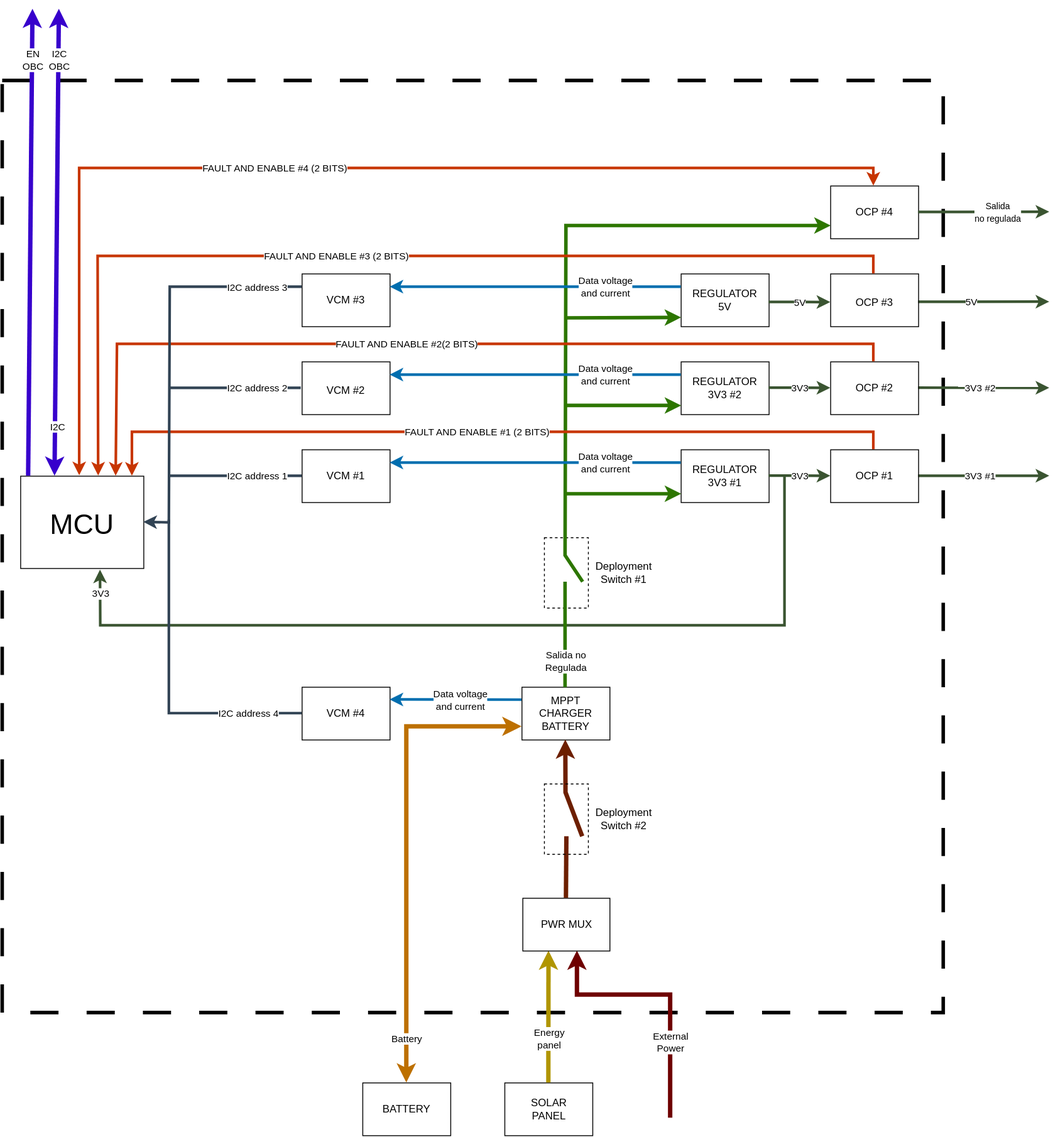
Earlier version of the draw.io export diagrama.svg (TobiasDecoud/Electrical-Power-System). Source tidied: cells renumbered, new cells last; positions are measured from the earlier drawing's top-left corner, leaving out a move shared by most shapes.
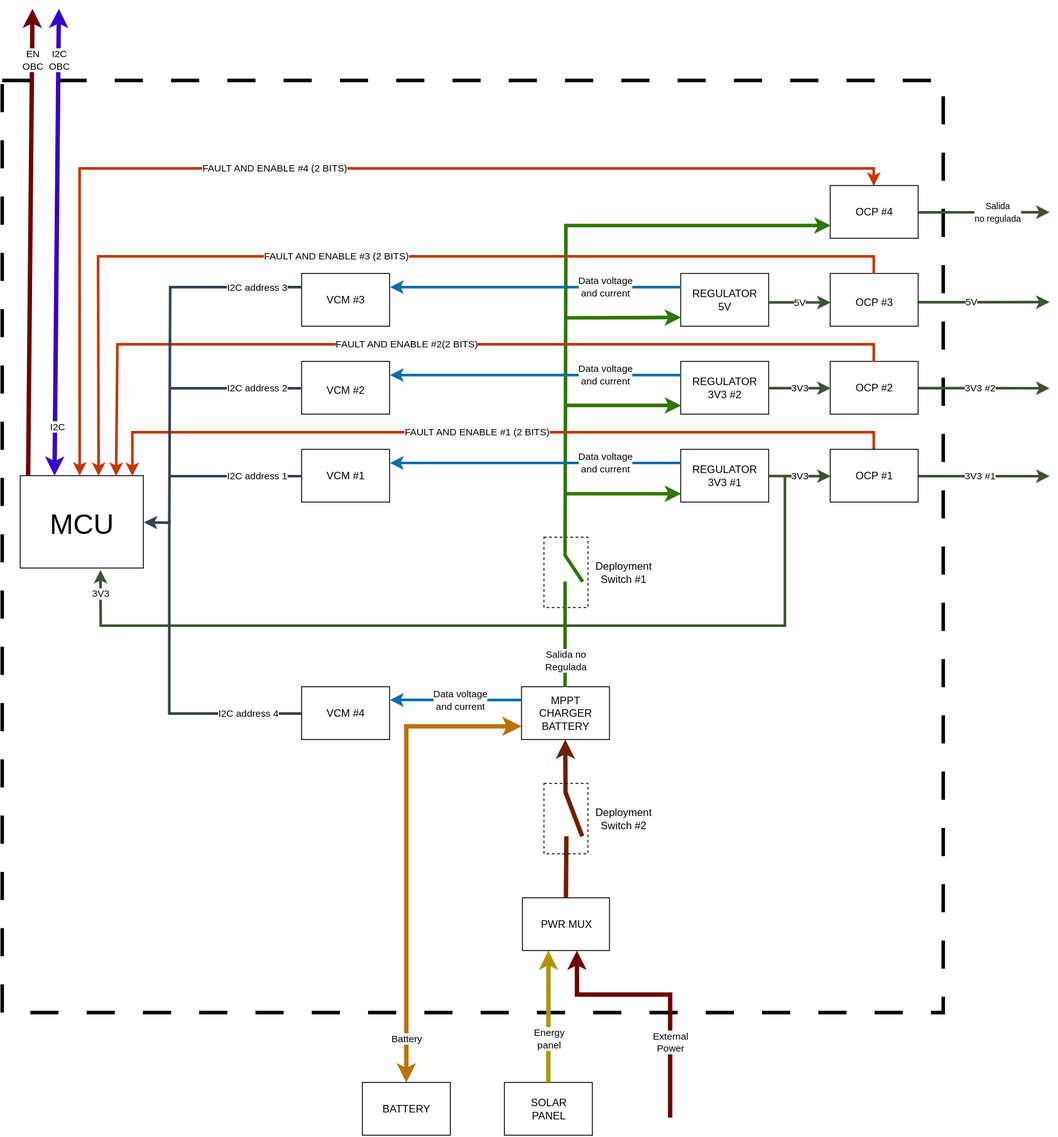
The same file after the commit.

Diff of the diagram source:
```diff
@@ -377,7 +377,7 @@
     <mxCell id="83" style="rounded=0;whiteSpace=wrap;html=1;fillColor=none;" parent="1" vertex="1">
       <mxGeometry x="592" y="1011" width="99" height="60" as="geometry" />
     </mxCell>
-    <mxCell id="84" style="endArrow=classic;html=1;rounded=0;exitX=0.179;exitY=0.01;exitDx=0;exitDy=0;exitPerimeter=0;fillColor=#6a00ff;strokeColor=light-dark(#3700CC, #731c3f);strokeWidth=5;startArrow=none;startFill=0;" parent="1" edge="1">
+    <mxCell id="84" style="endArrow=classic;html=1;rounded=0;exitX=0.179;exitY=0.01;exitDx=0;exitDy=0;exitPerimeter=0;fillColor=#a20025;strokeColor=#6F0000;strokeWidth=5;startArrow=none;startFill=0;" parent="1" edge="1">
       <mxGeometry relative="1" as="geometry">
         <mxPoint x="30" y="531" as="sourcePoint" />
         <mxPoint x="34.9" y="-0.1" as="targetPoint" />
```
